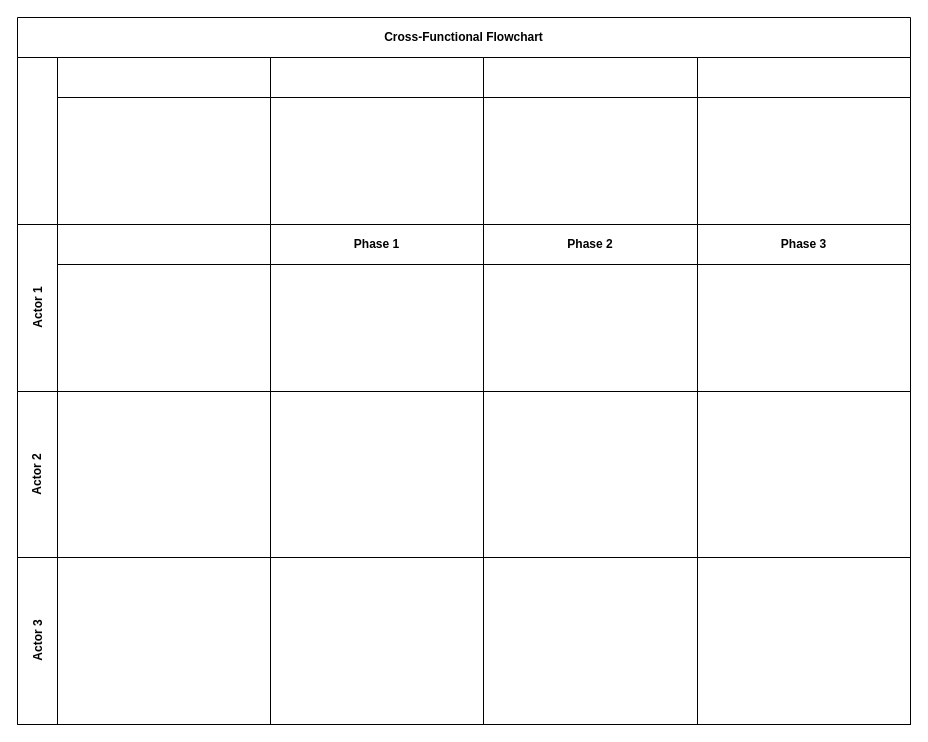
The draw.io diagram page "Page-2" (2 of 4) of Untitled Diagram.drawio in farman-oldman/test, before the edit. Source tidied: cells renumbered, new cells numbered last; positions are measured from the earlier drawing's top-left corner, leaving out a move shared by most shapes. Both pictures are drawn from the tidied source at 100%, with x=0, y=0 at pixel (17, 17).
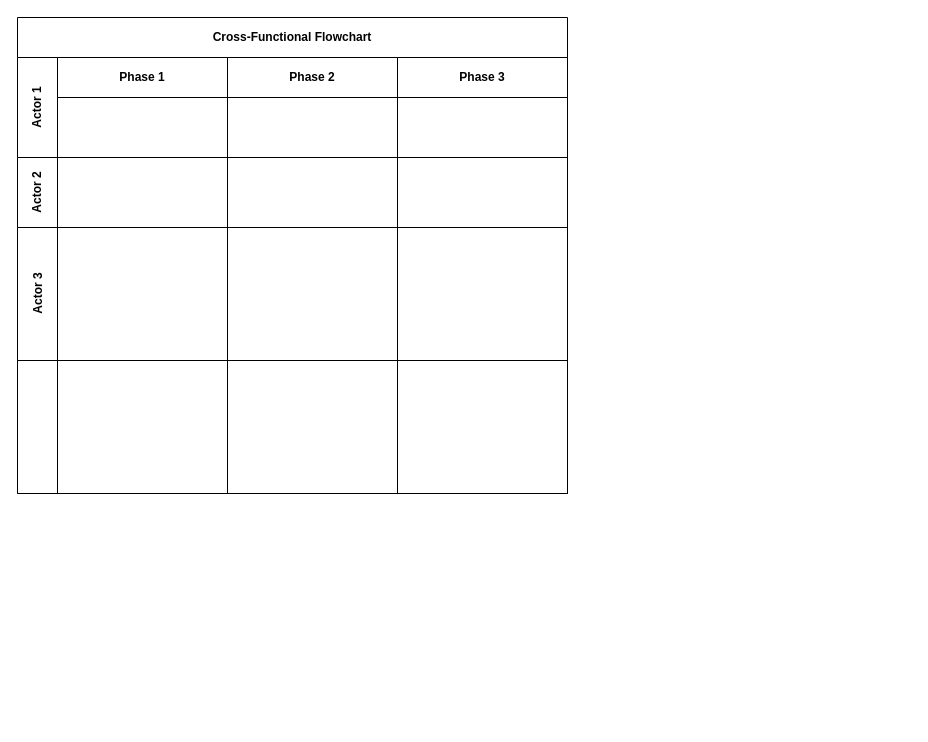
The same diagram, later.

Change to the diagram source:
```diff
@@
     <mxCell id="2" value="Cross-Functional Flowchart" style="shape=table;childLayout=tableLayout;rowLines=0;columnLines=0;startSize=40;html=1;whiteSpace=wrap;fontStyle=1;align=center;" parent="1" vertex="1">
-      <mxGeometry width="893" height="707" as="geometry" />
+      <mxGeometry width="550" height="476" as="geometry" />
     </mxCell>
-    <mxCell id="3" style="swimlane;horizontal=0;startSize=40;html=1;whiteSpace=wrap;fontStyle=1;" parent="2" vertex="1">
-      <mxGeometry y="40" width="893" height="167" as="geometry" />
-    </mxCell>
-    <mxCell id="4" style="swimlane;startSize=40;html=1;whiteSpace=wrap;" parent="3" vertex="1">
-      <mxGeometry x="40" width="213" height="167" as="geometry" />
-    </mxCell>
-    <mxCell id="5" style="swimlane;startSize=40;html=1;whiteSpace=wrap;" parent="3" vertex="1">
-      <mxGeometry x="253" width="213" height="167" as="geometry" />
-    </mxCell>
-    <mxCell id="6" style="swimlane;startSize=40;html=1;whiteSpace=wrap;" parent="3" vertex="1">
-      <mxGeometry x="466" width="214" height="167" as="geometry" />
-    </mxCell>
-    <mxCell id="7" style="swimlane;startSize=40;html=1;whiteSpace=wrap;" parent="3" vertex="1">
-      <mxGeometry x="680" width="213" height="167" as="geometry" />
-    </mxCell>
     <mxCell id="8" value="Actor 1" style="swimlane;horizontal=0;startSize=40;html=1;whiteSpace=wrap;fontStyle=1;" parent="2" vertex="1">
-      <mxGeometry y="207" width="893" height="167" as="geometry" />
+      <mxGeometry y="40" width="550" height="100" as="geometry" />
     </mxCell>
-    <mxCell id="9" style="swimlane;startSize=40;html=1;whiteSpace=wrap;" parent="8" vertex="1">
-      <mxGeometry x="40" width="213" height="167" as="geometry" />
-    </mxCell>
     <mxCell id="10" value="Phase 1" style="swimlane;startSize=40;html=1;whiteSpace=wrap;" parent="8" vertex="1">
-      <mxGeometry x="253" width="213" height="167" as="geometry" />
+      <mxGeometry x="40" width="170" height="100" as="geometry" />
     </mxCell>
     <mxCell id="11" value="Phase 2" style="swimlane;startSize=40;html=1;whiteSpace=wrap;" parent="8" vertex="1">
-      <mxGeometry x="466" width="214" height="167" as="geometry" />
+      <mxGeometry x="210" width="170" height="100" as="geometry" />
     </mxCell>
     <mxCell id="12" value="Phase 3" style="swimlane;startSize=40;html=1;whiteSpace=wrap;" parent="8" vertex="1">
-      <mxGeometry x="680" width="213" height="167" as="geometry" />
+      <mxGeometry x="380" width="170" height="100" as="geometry" />
     </mxCell>
     <mxCell id="13" value="Actor 2" style="swimlane;horizontal=0;startSize=40;html=1;whiteSpace=wrap;" parent="2" vertex="1">
-      <mxGeometry y="374" width="893" height="166" as="geometry" />
+      <mxGeometry y="140" width="550" height="70" as="geometry" />
     </mxCell>
-    <mxCell id="14" style="swimlane;startSize=0;html=1;whiteSpace=wrap;" parent="13" vertex="1">
-      <mxGeometry x="40" width="213" height="166" as="geometry" />
-    </mxCell>
-    <mxCell id="15" style="swimlane;startSize=0;html=1;whiteSpace=wrap;" parent="13" vertex="1">
-      <mxGeometry x="253" width="213" height="166" as="geometry" />
-    </mxCell>
-    <mxCell id="16" style="swimlane;startSize=0;html=1;whiteSpace=wrap;" parent="13" vertex="1">
-      <mxGeometry x="466" width="214" height="166" as="geometry" />
-    </mxCell>
-    <mxCell id="17" style="swimlane;startSize=0;html=1;whiteSpace=wrap;" parent="13" vertex="1">
-      <mxGeometry x="680" width="213" height="166" as="geometry" />
-    </mxCell>
+    <mxCell id="23" style="swimlane;startSize=0;html=1;whiteSpace=wrap;" parent="13" vertex="1">
+      <mxGeometry x="40" width="170" height="70" as="geometry" />
+    </mxCell>
+    <mxCell id="24" style="swimlane;startSize=0;html=1;whiteSpace=wrap;" parent="13" vertex="1">
+      <mxGeometry x="210" width="170" height="70" as="geometry" />
+    </mxCell>
+    <mxCell id="25" style="swimlane;startSize=0;html=1;whiteSpace=wrap;" parent="13" vertex="1">
+      <mxGeometry x="380" width="170" height="70" as="geometry" />
+    </mxCell>
     <mxCell id="18" value="Actor 3" style="swimlane;horizontal=0;startSize=40;html=1;whiteSpace=wrap;" parent="2" vertex="1">
-      <mxGeometry y="540" width="893" height="167" as="geometry" />
+      <mxGeometry y="210" width="550" height="133" as="geometry" />
     </mxCell>
-    <mxCell id="19" style="swimlane;startSize=0;html=1;whiteSpace=wrap;" parent="18" vertex="1">
-      <mxGeometry x="40" width="213" height="167" as="geometry" />
-    </mxCell>
-    <mxCell id="20" style="swimlane;startSize=0;html=1;whiteSpace=wrap;" parent="18" vertex="1">
-      <mxGeometry x="253" width="213" height="167" as="geometry" />
-    </mxCell>
-    <mxCell id="21" style="swimlane;startSize=0;html=1;whiteSpace=wrap;" parent="18" vertex="1">
-      <mxGeometry x="466" width="214" height="167" as="geometry" />
-    </mxCell>
-    <mxCell id="22" style="swimlane;startSize=0;html=1;whiteSpace=wrap;" parent="18" vertex="1">
-      <mxGeometry x="680" width="213" height="167" as="geometry" />
-    </mxCell>
+    <mxCell id="26" style="swimlane;startSize=0;html=1;whiteSpace=wrap;" parent="18" vertex="1">
+      <mxGeometry x="40" width="170" height="133" as="geometry" />
+    </mxCell>
+    <mxCell id="27" style="swimlane;startSize=0;html=1;whiteSpace=wrap;" parent="18" vertex="1">
+      <mxGeometry x="210" width="170" height="133" as="geometry" />
+    </mxCell>
+    <mxCell id="28" style="swimlane;startSize=0;html=1;whiteSpace=wrap;" parent="18" vertex="1">
+      <mxGeometry x="380" width="170" height="133" as="geometry" />
+    </mxCell>
+    <mxCell id="29" style="swimlane;horizontal=0;startSize=40;html=1;whiteSpace=wrap;" parent="2" vertex="1">
+      <mxGeometry y="343" width="550" height="133" as="geometry" />
+    </mxCell>
+    <mxCell id="30" style="swimlane;startSize=0;html=1;whiteSpace=wrap;" parent="29" vertex="1">
+      <mxGeometry x="40" width="170" height="133" as="geometry" />
+    </mxCell>
+    <mxCell id="31" style="swimlane;startSize=0;html=1;whiteSpace=wrap;" parent="29" vertex="1">
+      <mxGeometry x="210" width="170" height="133" as="geometry" />
+    </mxCell>
+    <mxCell id="32" style="swimlane;startSize=0;html=1;whiteSpace=wrap;" parent="29" vertex="1">
+      <mxGeometry x="380" width="170" height="133" as="geometry" />
+    </mxCell>
```
